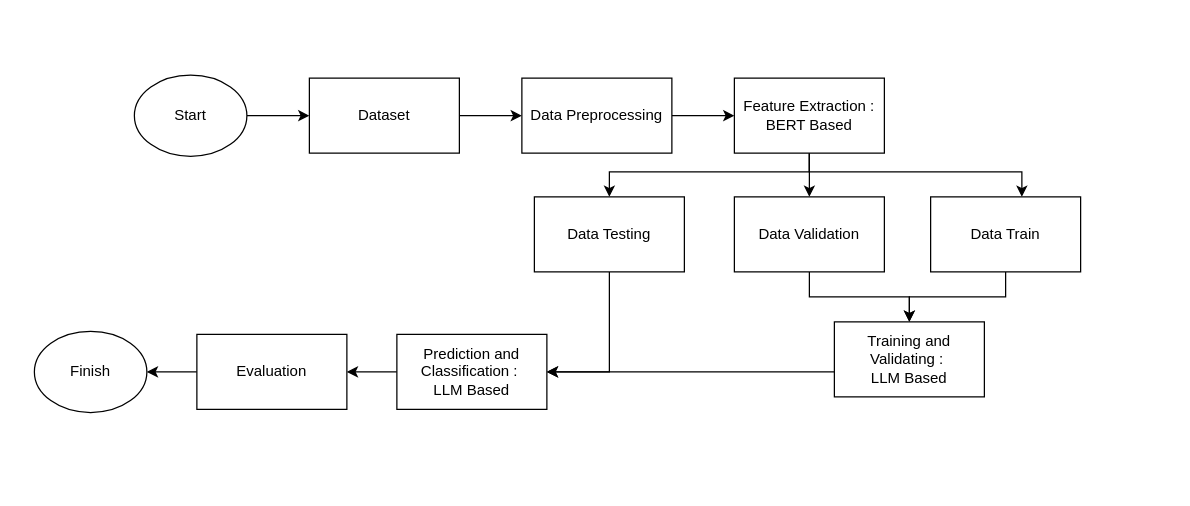
This is Diagram Blok Proses.drawio from erlanggadewa/Sentiment-Analysis-Review-Steam, a draw.io file, before an edit. Source tidied: cells renumbered, new cells numbered last; positions are measured from the earlier drawing's top-left corner, leaving out a move shared by most shapes. Both pictures are drawn from the tidied source at 125%, with x=0, y=0 at pixel (34, 74).
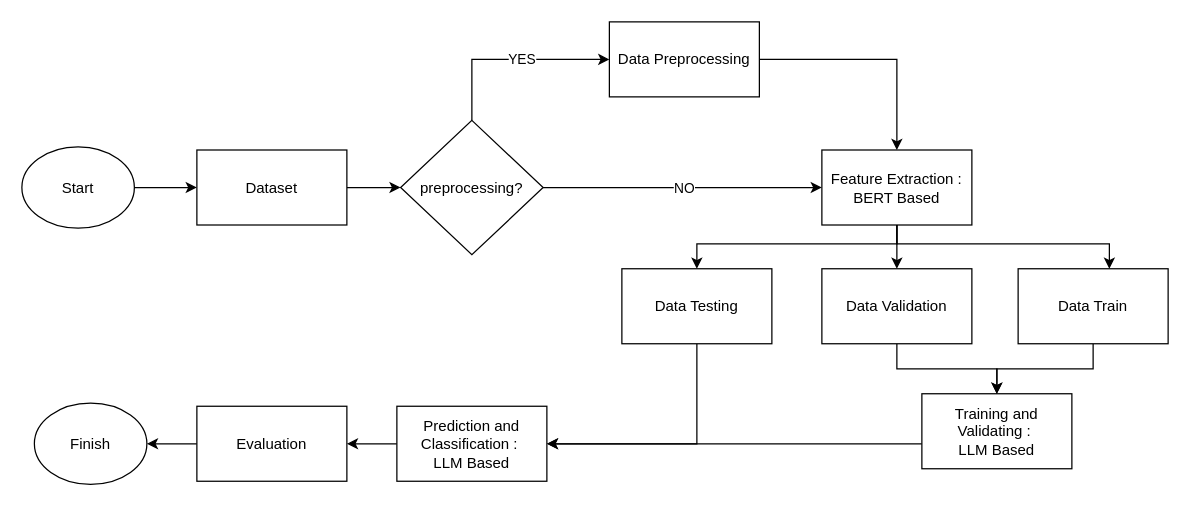
After the change.

Diff of the diagram source:
```diff
@@
     <mxCell id="3" value="Start" style="ellipse;whiteSpace=wrap;html=1;" parent="1" vertex="1">
-      <mxGeometry x="80" y="0.5" width="90" height="65" as="geometry" />
+      <mxGeometry x="-10" y="58" width="90" height="65" as="geometry" />
     </mxCell>
-    <mxCell id="4" style="edgeStyle=orthogonalEdgeStyle;rounded=0;jettySize=auto;html=1;entryX=0;entryY=0.5;entryDx=0;entryDy=0;" parent="1" edge="1" source="5" target="7">
+    <mxCell id="4" style="edgeStyle=orthogonalEdgeStyle;rounded=0;jettySize=auto;html=1;entryX=0;entryY=0.5;entryDx=0;entryDy=0;" parent="1" edge="1" source="5" target="28">
       <mxGeometry relative="1" as="geometry" />
     </mxCell>
     <mxCell id="5" value="Dataset" style="rounded=0;whiteSpace=wrap;html=1;" parent="1" vertex="1">
-      <mxGeometry x="220" y="3" width="120" height="60" as="geometry" />
+      <mxGeometry x="130" y="60.5" width="120" height="60" as="geometry" />
     </mxCell>
@@
     <mxCell id="7" value="Data Preprocessing" style="rounded=0;whiteSpace=wrap;html=1;" parent="1" vertex="1">
-      <mxGeometry x="390" y="3" width="120" height="60" as="geometry" />
+      <mxGeometry x="460" y="-42" width="120" height="60" as="geometry" />
     </mxCell>
@@
     <mxCell id="9" style="edgeStyle=orthogonalEdgeStyle;rounded=0;jettySize=auto;html=1;entryX=0.5;entryY=0;entryDx=0;entryDy=0;" parent="1" edge="1" source="11" target="19">
       <mxGeometry relative="1" as="geometry">
         <Array as="points">
-          <mxPoint x="620" y="78" />
-          <mxPoint x="460" y="78" />
+          <mxPoint x="690" y="135.5" />
+          <mxPoint x="530" y="135.5" />
         </Array>
       </mxGeometry>
     </mxCell>
     <mxCell id="10" style="edgeStyle=orthogonalEdgeStyle;rounded=0;jettySize=auto;html=1;" parent="1" edge="1" source="11" target="17">
       <mxGeometry relative="1" as="geometry">
         <Array as="points">
-          <mxPoint x="620" y="78" />
-          <mxPoint x="790" y="78" />
+          <mxPoint x="690" y="135.5" />
+          <mxPoint x="860" y="135.5" />
         </Array>
       </mxGeometry>
     </mxCell>
     <mxCell id="11" value="Feature Extraction :&lt;br&gt;BERT Based" style="rounded=0;whiteSpace=wrap;html=1;" parent="1" vertex="1">
-      <mxGeometry x="560" y="3" width="120" height="60" as="geometry" />
+      <mxGeometry x="630" y="60.5" width="120" height="60" as="geometry" />
     </mxCell>
     <mxCell id="12" style="edgeStyle=orthogonalEdgeStyle;rounded=0;jettySize=auto;html=1;entryX=1;entryY=0.5;entryDx=0;entryDy=0;" parent="1" edge="1" source="13" target="21">
       <mxGeometry relative="1" as="geometry">
         <Array as="points">
-          <mxPoint x="580" y="238" />
-          <mxPoint x="580" y="238" />
+          <mxPoint x="560" y="296" />
         </Array>
       </mxGeometry>
     </mxCell>
     <mxCell id="13" value="Training and Validating :&amp;nbsp;&lt;div&gt;LLM Based&lt;/div&gt;" style="rounded=0;whiteSpace=wrap;html=1;" parent="1" vertex="1">
-      <mxGeometry x="640" y="198" width="120" height="60" as="geometry" />
+      <mxGeometry x="710" y="255.5" width="120" height="60" as="geometry" />
     </mxCell>
@@
     <mxCell id="15" value="Data Validation" style="rounded=0;whiteSpace=wrap;html=1;" parent="1" vertex="1">
-      <mxGeometry x="560" y="98" width="120" height="60" as="geometry" />
+      <mxGeometry x="630" y="155.5" width="120" height="60" as="geometry" />
     </mxCell>
@@
     <mxCell id="17" value="Data Train" style="rounded=0;whiteSpace=wrap;html=1;" parent="1" vertex="1">
-      <mxGeometry x="717" y="98" width="120" height="60" as="geometry" />
+      <mxGeometry x="787" y="155.5" width="120" height="60" as="geometry" />
     </mxCell>
     <mxCell id="18" style="edgeStyle=orthogonalEdgeStyle;rounded=0;jettySize=auto;html=1;entryX=1;entryY=0.5;entryDx=0;entryDy=0;" parent="1" edge="1" source="19" target="21">
       <mxGeometry relative="1" as="geometry">
         <Array as="points">
-          <mxPoint x="460" y="238" />
+          <mxPoint x="530" y="296" />
         </Array>
       </mxGeometry>
     </mxCell>
     <mxCell id="19" value="Data Testing" style="rounded=0;whiteSpace=wrap;html=1;" parent="1" vertex="1">
-      <mxGeometry x="400" y="98" width="120" height="60" as="geometry" />
+      <mxGeometry x="470" y="155.5" width="120" height="60" as="geometry" />
     </mxCell>
@@
     <mxCell id="21" value="Prediction and Classification&amp;nbsp;&lt;span style=&quot;background-color: initial;&quot;&gt;:&amp;nbsp;&lt;/span&gt;&lt;div&gt;LLM Based&lt;/div&gt;" style="rounded=0;whiteSpace=wrap;html=1;" parent="1" vertex="1">
-      <mxGeometry x="290" y="208" width="120" height="60" as="geometry" />
+      <mxGeometry x="290" y="265.5" width="120" height="60" as="geometry" />
     </mxCell>
@@
     <mxCell id="23" value="Evaluation" style="rounded=0;whiteSpace=wrap;html=1;" parent="1" vertex="1">
-      <mxGeometry x="130" y="208" width="120" height="60" as="geometry" />
+      <mxGeometry x="130" y="265.5" width="120" height="60" as="geometry" />
     </mxCell>
     <mxCell id="24" value="Finish" style="ellipse;whiteSpace=wrap;html=1;" parent="1" vertex="1">
-      <mxGeometry y="205.5" width="90" height="65" as="geometry" />
+      <mxGeometry y="263" width="90" height="65" as="geometry" />
     </mxCell>
+    <mxCell id="25" value="YES" style="edgeStyle=orthogonalEdgeStyle;rounded=0;jettySize=auto;html=1;entryX=0;entryY=0.5;entryDx=0;entryDy=0;" parent="1" edge="1" source="28" target="7">
+      <mxGeometry x="0.12" relative="1" as="geometry">
+        <Array as="points">
+          <mxPoint x="350" y="-12" />
+        </Array>
+      </mxGeometry>
+    </mxCell>
+    <mxCell id="26" style="edgeStyle=orthogonalEdgeStyle;rounded=0;jettySize=auto;html=1;entryX=0;entryY=0.5;entryDx=0;entryDy=0;" parent="1" edge="1" source="28" target="11">
+      <mxGeometry relative="1" as="geometry" />
+    </mxCell>
+    <mxCell id="27" value="NO" style="edgeLabel;html=1;align=center;verticalAlign=middle;" parent="26" vertex="1">
+      <mxGeometry x="-0.29" y="3" relative="1" as="geometry">
+        <mxPoint x="34" y="3" as="offset" />
+      </mxGeometry>
+    </mxCell>
+    <mxCell id="28" value="pre&lt;span style=&quot;background-color: transparent; color: light-dark(rgb(0, 0, 0), rgb(255, 255, 255));&quot;&gt;processing?&lt;/span&gt;" style="rhombus;whiteSpace=wrap;html=1;" parent="1" vertex="1">
+      <mxGeometry x="293" y="36.8" width="114" height="107.5" as="geometry" />
+    </mxCell>
```
